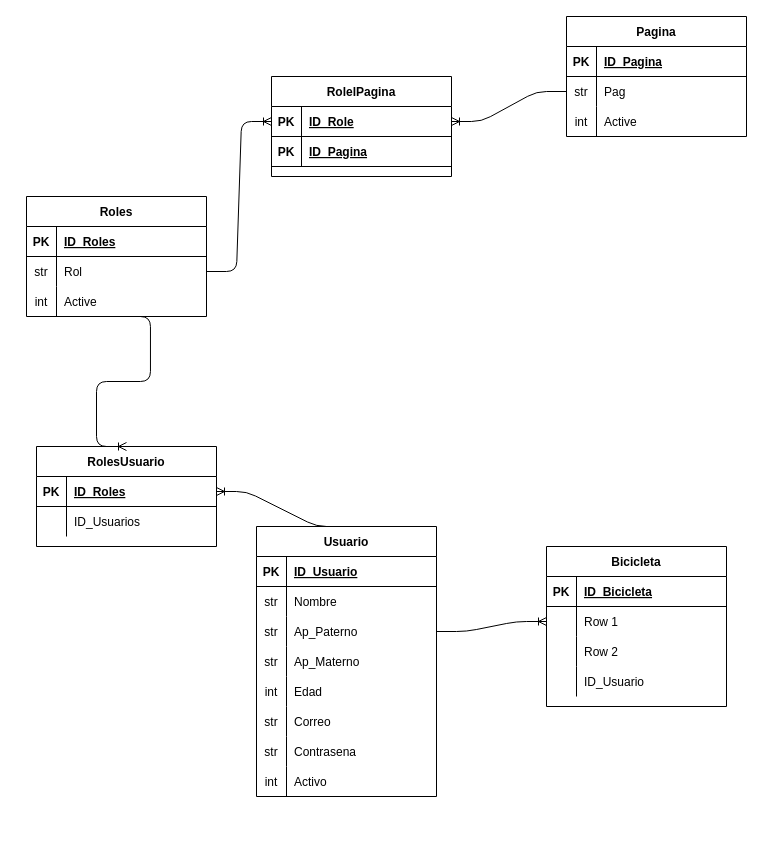
The draw.io diagram Bicicletas.drawio in AntonioTonyJoey/Bicicletas, before the edit. Source tidied: cells renumbered, new cells numbered last; positions are measured from the earlier drawing's top-left corner, leaving out a move shared by most shapes. Both pictures are drawn from the tidied source at 100%, with x=0, y=0 at pixel (26, 16).
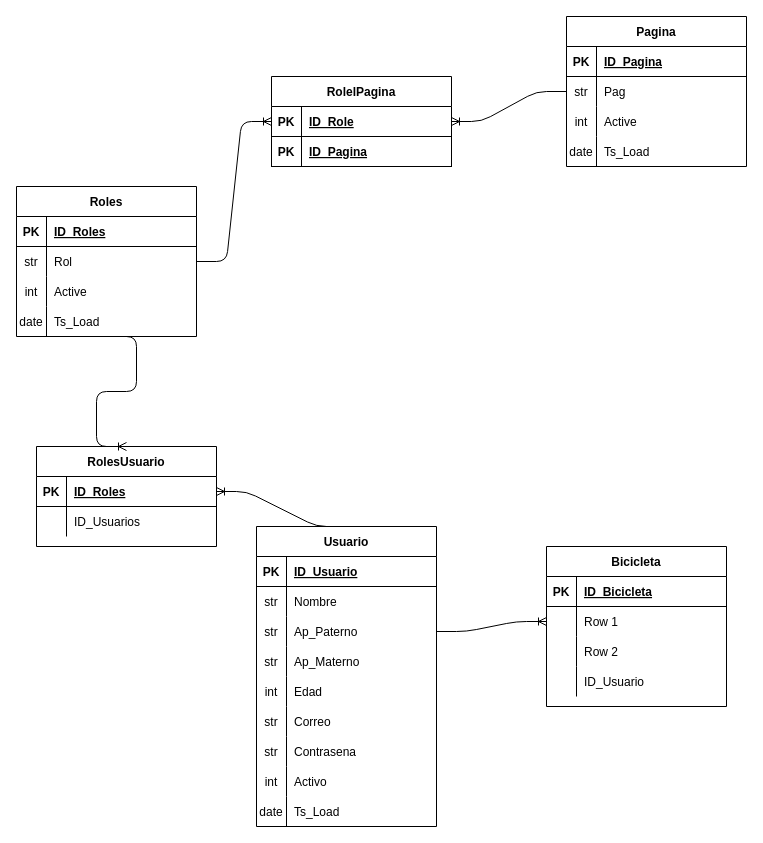
Above is the later version.

Unchanged cells that the change refers to:
```xml
<mxCell id="9" style="shape=partialRectangle;fillColor=none;top=0;left=0;bottom=0;right=0;points=[[0,0.5],[1,0.5]];portConstraint=eastwest;" parent="2" vertex="1">
  <mxGeometry y="90" width="180" height="30" as="geometry" />
</mxCell>
<mxCell id="70" value="RolesUsuario" style="shape=table;startSize=30;childLayout=tableLayout;rowLines=0;fontStyle=1;align=center;" parent="1" vertex="1">
  <mxGeometry x="10" y="430" width="180" height="100" as="geometry" />
</mxCell>
```

The edit, as a diff of the source:
```diff
@@
     <mxCell id="2" value="Roles" style="shape=table;startSize=30;childLayout=tableLayout;rowLines=0;fontStyle=1;align=center;" parent="1" vertex="1">
-      <mxGeometry y="180" width="180" height="120" as="geometry" />
+      <mxGeometry x="-10" y="170" width="180" height="150" as="geometry" />
     </mxCell>
@@
+    <mxCell id="79" style="shape=partialRectangle;fillColor=none;top=0;left=0;bottom=0;right=0;points=[[0,0.5],[1,0.5]];portConstraint=eastwest;" parent="2" vertex="1">
+      <mxGeometry y="120" width="180" height="30" as="geometry" />
+    </mxCell>
+    <mxCell id="80" value="date" style="shape=partialRectangle;fillColor=none;top=0;left=0;bottom=0;right=0;overflow=hidden;" parent="79" vertex="1">
+      <mxGeometry width="30" height="30" as="geometry" />
+    </mxCell>
+    <mxCell id="81" value="Ts_Load" style="shape=partialRectangle;fillColor=none;top=0;left=0;bottom=0;right=0;align=left;spacingLeft=6;overflow=hidden;" parent="79" vertex="1">
+      <mxGeometry x="30" width="150" height="30" as="geometry" />
+    </mxCell>
     <mxCell id="12" value="Pagina" style="shape=table;startSize=30;childLayout=tableLayout;rowLines=0;fontStyle=1;align=center;" parent="1" vertex="1">
-      <mxGeometry x="540" width="180" height="120" as="geometry" />
+      <mxGeometry x="540" width="180" height="150" as="geometry" />
     </mxCell>
@@
+    <mxCell id="82" style="shape=partialRectangle;fillColor=none;top=0;left=0;bottom=0;right=0;" parent="12" vertex="1">
+      <mxGeometry y="120" width="180" height="30" as="geometry" />
+    </mxCell>
+    <mxCell id="83" value="date" style="shape=partialRectangle;fillColor=none;top=0;left=0;bottom=0;right=0;overflow=hidden;" parent="82" vertex="1">
+      <mxGeometry width="30" height="30" as="geometry" />
+    </mxCell>
+    <mxCell id="84" value="Ts_Load" style="shape=partialRectangle;fillColor=none;top=0;left=0;bottom=0;right=0;align=left;spacingLeft=6;overflow=hidden;" parent="82" vertex="1">
+      <mxGeometry x="30" width="150" height="30" as="geometry" />
+    </mxCell>
     <mxCell id="22" value="RolelPagina" style="shape=table;startSize=30;childLayout=tableLayout;rowLines=0;fontStyle=1;align=center;" parent="1" vertex="1">
-      <mxGeometry x="245" y="60" width="180" height="100" as="geometry" />
+      <mxGeometry x="245" y="60" width="180" height="90" as="geometry" />
     </mxCell>
@@
     <mxCell id="31" value="Usuario" style="shape=table;startSize=30;childLayout=tableLayout;rowLines=0;fontStyle=1;align=center;" parent="1" vertex="1">
-      <mxGeometry x="230" y="510" width="180" height="270" as="geometry" />
+      <mxGeometry x="230" y="510" width="180" height="300" as="geometry" />
     </mxCell>
@@
+    <mxCell id="85" style="shape=partialRectangle;fillColor=none;top=0;left=0;bottom=0;right=0;" parent="31" vertex="1">
+      <mxGeometry y="270" width="180" height="30" as="geometry" />
+    </mxCell>
+    <mxCell id="86" value="date" style="shape=partialRectangle;fillColor=none;top=0;left=0;bottom=0;right=0;overflow=hidden;" parent="85" vertex="1">
+      <mxGeometry width="30" height="30" as="geometry" />
+    </mxCell>
+    <mxCell id="87" value="Ts_Load" style="shape=partialRectangle;fillColor=none;top=0;left=0;bottom=0;right=0;align=left;spacingLeft=6;overflow=hidden;" parent="85" vertex="1">
+      <mxGeometry x="30" width="150" height="30" as="geometry" />
+    </mxCell>
@@
-    <mxCell id="78" style="edgeStyle=entityRelationEdgeStyle;fontSize=12;html=1;endArrow=ERoneToMany;exitX=0.522;exitY=1;exitDx=0;exitDy=0;exitPerimeter=0;entryX=0.5;entryY=0;entryDx=0;entryDy=0;" parent="1" edge="1" source="9" target="70">
+    <mxCell id="78" style="edgeStyle=entityRelationEdgeStyle;fontSize=12;html=1;endArrow=ERoneToMany;exitX=0.5;exitY=1;exitDx=0;exitDy=0;exitPerimeter=0;entryX=0.5;entryY=0;entryDx=0;entryDy=0;" parent="1" edge="1" source="79" target="70">
       <mxGeometry relative="1" as="geometry" />
     </mxCell>
```
